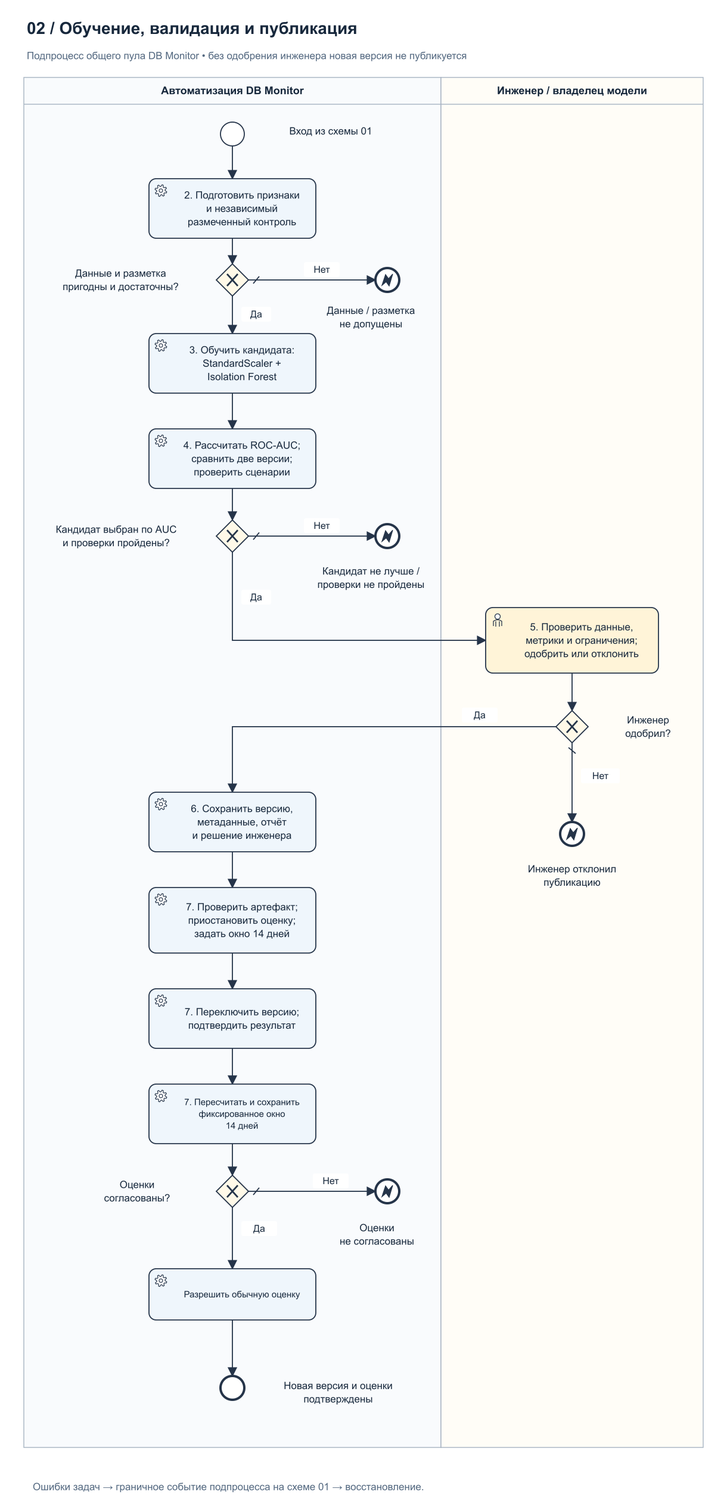
Before: docs/assets/model_retrain/02_Publish.png, a diagram exported from BPMN (ksdergach/db-monitoring-production-standards). Its source is kept beside it as docs/assets/model_retrain/02_Publish.bpmn. Ids are renumbered.
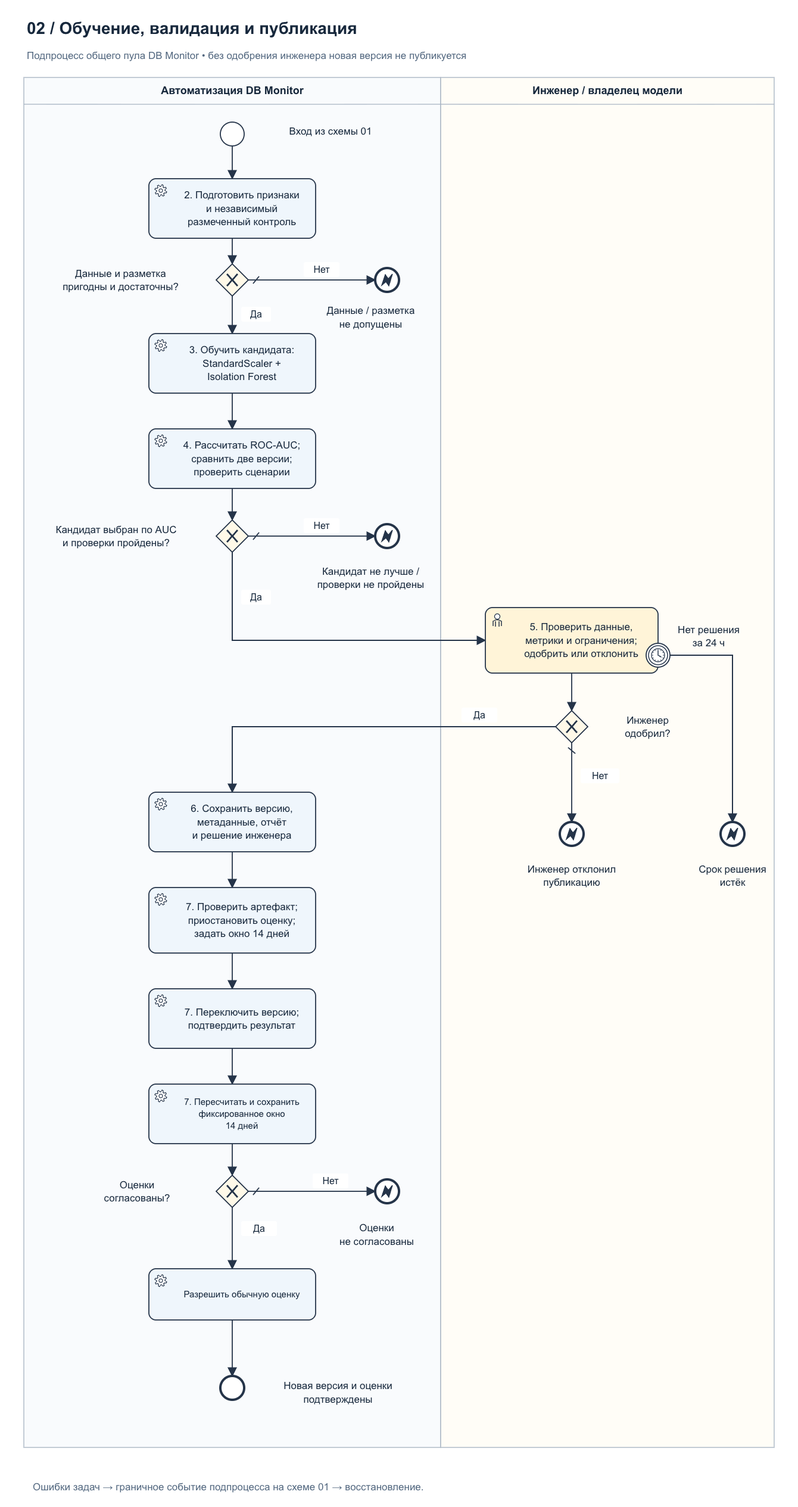
After the commit.

Commit message:
docs: срок решения инженера, идентификатор кандидата и уточнения правил допуска

Change to the diagram source:
```diff
@@ -79,6 +79,8 @@
           <bpmn:flowNodeRef>P_Review</bpmn:flowNodeRef>
           <bpmn:flowNodeRef>P_Approved</bpmn:flowNodeRef>
           <bpmn:flowNodeRef>P_RejectHuman</bpmn:flowNodeRef>
+          <bpmn:flowNodeRef>P_Review_Timeout</bpmn:flowNodeRef>
+          <bpmn:flowNodeRef>P_RejectTimeout</bpmn:flowNodeRef>
         </bpmn:lane>
       </bpmn:laneSet>
       <bpmn:startEvent id="P_Start" name="Вход из схемы 01">
@@ -95,7 +97,7 @@
         <bpmn:outgoing>Publish_F04</bpmn:outgoing>
       </bpmn:exclusiveGateway>
       <bpmn:serviceTask id="P_Train" name="3. Обучить кандидата:&#10;StandardScaler +&#10;Isolation Forest" implementation="##unspecified">
-        <bpmn:documentation>Обучить новую пару модель + scaler отдельно от рабочего файла. Предыдущую версию сохранить.</bpmn:documentation>
+        <bpmn:documentation>Обучить новую пару модель + scaler отдельно от рабочего файла. Предыдущую версию сохранить. Присвоить кандидату идентификатор (например, SHA-256 артефакта); отчёт и решение инженера ссылаются на него.</bpmn:documentation>
         <bpmn:incoming>Publish_F03</bpmn:incoming>
         <bpmn:outgoing>Publish_F05</bpmn:outgoing>
       </bpmn:serviceTask>
@@ -120,17 +122,24 @@
         <bpmn:outgoing>Publish_F08</bpmn:outgoing>
       </bpmn:exclusiveGateway>
       <bpmn:userTask id="P_Review" name="5. Проверить данные,&#10;метрики и ограничения;&#10;одобрить или отклонить">
-        <bpmn:documentation>Обязательная валидация человеком после автоматического допуска. Инженер изучает независимость и разметку контроля, сравнение ROC-AUC, сценарии, ложные тревоги, величину прироста и ограничения. Для первого запуска проверяет выполнение заранее утверждённых абсолютных критериев. Сохраняет решение и обоснование. Отсутствие AUC нельзя одобрить в обход обязательной проверки. До решения процесс ожидает; ожидание не является согласием. Рабочая оценка при этом не приостанавливается.</bpmn:documentation>
+        <bpmn:documentation>Обязательная валидация человеком после автоматического допуска. Инженер изучает независимость и разметку контроля, сравнение ROC-AUC, сценарии, ложные тревоги, величину прироста и ограничения. Для первого запуска проверяет выполнение заранее утверждённых абсолютных критериев. Сохраняет решение и обоснование. Отсутствие AUC нельзя одобрить в обход обязательной проверки. Решение относится к конкретному кандидату по его идентификатору. До решения процесс ожидает не дольше 24 ч; ожидание не является согласием. По истечении срока задача прерывается граничным таймером, кандидат не публикуется. Рабочая оценка при этом не приостанавливается.</bpmn:documentation>
         <bpmn:incoming>Publish_F07</bpmn:incoming>
         <bpmn:outgoing>Publish_F09</bpmn:outgoing>
       </bpmn:userTask>
+      <bpmn:boundaryEvent id="P_Review_Timeout" name="Нет решения&#10;за 24 ч" attachedToRef="P_Review" cancelActivity="true">
+        <bpmn:documentation>Срок решения инженера — 24 ч с момента создания задачи. По истечении срока задача прерывается: отсутствие ответа не считается одобрением, кандидат не публикуется.</bpmn:documentation>
+        <bpmn:outgoing>Publish_F19</bpmn:outgoing>
+        <bpmn:timerEventDefinition id="P_Review_Timeout_Definition">
+          <bpmn:timeDuration xsi:type="bpmn:tFormalExpression">PT24H</bpmn:timeDuration>
+        </bpmn:timerEventDefinition>
+      </bpmn:boundaryEvent>
       <bpmn:exclusiveGateway id="P_Approved" name="Инженер&#10;одобрил?" gatewayDirection="Diverging" default="Publish_F11">
         <bpmn:incoming>Publish_F09</bpmn:incoming>
         <bpmn:outgoing>Publish_F10</bpmn:outgoing>
         <bpmn:outgoing>Publish_F11</bpmn:outgoing>
       </bpmn:exclusiveGateway>
       <bpmn:serviceTask id="P_Register" name="6. Сохранить версию,&#10;метаданные, отчёт&#10;и решение инженера" implementation="##unspecified">
-        <bpmn:documentation>Отдельный артефакт модели и scaler; проект/таблица; версии кода и библиотек; границы выборок; параметры; результаты контроля; автор и время валидации. Хранить прежние версии.</bpmn:documentation>
+        <bpmn:documentation>Отдельный артефакт модели и scaler; проект/таблица; версии кода и библиотек; границы выборок; параметры; результаты контроля; автор и время валидации. Хранить прежние версии. Регистрировать только артефакт, идентификатор которого указан в решении инженера; несовпадение передаётся как BPMN Error.</bpmn:documentation>
         <bpmn:incoming>Publish_F10</bpmn:incoming>
         <bpmn:outgoing>Publish_F12</bpmn:outgoing>
       </bpmn:serviceTask>
@@ -175,6 +184,11 @@
         <bpmn:documentation>BPMN Error RetrainRejected. Прерывает подпроцесс Publish; перехватывается событием Publish_Error на схеме 01. Ошибки сервисных задач также передаются в BPMN Error и перехватываются там.</bpmn:documentation>
         <bpmn:incoming>Publish_F11</bpmn:incoming>
         <bpmn:errorEventDefinition id="P_RejectHuman_Definition" errorRef="Error_Rejected"/>
+      </bpmn:endEvent>
+      <bpmn:endEvent id="P_RejectTimeout" name="Срок решения&#10;истёк">
+        <bpmn:documentation>BPMN Error RetrainRejected. Инженер не принял решение за 24 ч; кандидат не одобрен. Прерывает подпроцесс Publish; перехватывается событием Publish_Error на схеме 01.</bpmn:documentation>
+        <bpmn:incoming>Publish_F19</bpmn:incoming>
+        <bpmn:errorEventDefinition id="P_RejectTimeout_Definition" errorRef="Error_Rejected"/>
       </bpmn:endEvent>
       <bpmn:endEvent id="P_RejectScores" name="Оценки&#10;не согласованы">
         <bpmn:documentation>BPMN Error RetrainRejected. Прерывает подпроцесс Publish; перехватывается событием Publish_Error на схеме 01. Ошибки сервисных задач также передаются в BPMN Error и перехватываются там.</bpmn:documentation>
@@ -207,6 +221,7 @@
       </bpmn:sequenceFlow>
       <bpmn:sequenceFlow id="Publish_F17" sourceRef="P_Coherent" targetRef="P_RejectScores" name="Нет"/>
       <bpmn:sequenceFlow id="Publish_F18" sourceRef="P_Resume" targetRef="P_End"/>
+      <bpmn:sequenceFlow id="Publish_F19" sourceRef="P_Review_Timeout" targetRef="P_RejectTimeout"/>
     </bpmn:subProcess>
     <bpmn:boundaryEvent id="Publish_Error" name="Ошибка / отказ" attachedToRef="Publish" cancelActivity="true">
       <bpmn:outgoing>Process_Retrain_F12</bpmn:outgoing>
@@ -340,7 +355,7 @@
       <bpmn:incoming>Process_Retrain_F11</bpmn:incoming>
     </bpmn:endEvent>
     <bpmn:serviceTask id="Notify" name="Зафиксировать исход R1–R4;&#10;попробовать уведомить&#10;инженера в Telegram" implementation="##unspecified">
-      <bpmn:documentation>Сначала сохранить результат обработки. Уведомление при настроенном Telegram: ограниченное ожидание, ошибки доставки возвращаются статусом и записываются; отсутствие настройки также фиксируется. Уведомление не меняет исход восстановления и не снимает блокировку.</bpmn:documentation>
+      <bpmn:documentation>Сначала сохранить результат обработки. Уведомление при настроенном Telegram: ограниченное ожидание, ошибки доставки возвращаются статусом и записываются; отсутствие настройки также фиксируется. Уведомление не меняет исход восстановления и не снимает блокировку. Учитывать число неуспешных попыток подряд для пары; начиная с третьей, уведомление требует от инженера разобрать причину.</bpmn:documentation>
       <bpmn:incoming>Process_Retrain_F14</bpmn:incoming>
       <bpmn:outgoing>Process_Retrain_F15</bpmn:outgoing>
     </bpmn:serviceTask>
@@ -374,7 +389,7 @@
         <dc:Bounds x="40" y="130" width="700" height="2300"/>
       </bpmndi:BPMNShape>
       <bpmndi:BPMNShape id="Lane_Human_DI" bpmnElement="Lane_Human" isHorizontal="false">
-        <dc:Bounds x="740" y="130" width="440" height="2300"/>
+        <dc:Bounds x="740" y="130" width="560" height="2300"/>
       </bpmndi:BPMNShape>
       <bpmndi:BPMNShape id="P_Start_DI" bpmnElement="P_Start">
         <dc:Bounds x="370" y="205" width="40" height="40"/>
@@ -455,6 +470,18 @@
         <dc:Bounds x="940" y="1380" width="40" height="40"/>
         <bpmndi:BPMNLabel>
           <dc:Bounds x="805" y="1440" width="310" height="60"/>
+        </bpmndi:BPMNLabel>
+      </bpmndi:BPMNShape>
+      <bpmndi:BPMNShape id="P_Review_Timeout_DI" bpmnElement="P_Review_Timeout">
+        <dc:Bounds x="1085" y="1080" width="40" height="40"/>
+        <bpmndi:BPMNLabel>
+          <dc:Bounds x="1135" y="1045" width="110" height="50"/>
+        </bpmndi:BPMNLabel>
+      </bpmndi:BPMNShape>
+      <bpmndi:BPMNShape id="P_RejectTimeout_DI" bpmnElement="P_RejectTimeout">
+        <dc:Bounds x="1210" y="1380" width="40" height="40"/>
+        <bpmndi:BPMNLabel>
+          <dc:Bounds x="1170" y="1440" width="120" height="60"/>
         </bpmndi:BPMNLabel>
       </bpmndi:BPMNShape>
       <bpmndi:BPMNShape id="P_RejectScores_DI" bpmnElement="P_RejectScores">
@@ -560,6 +587,11 @@
       <bpmndi:BPMNEdge id="Publish_F18_DI" bpmnElement="Publish_F18">
         <di:waypoint x="390.0" y="2216"/>
         <di:waypoint x="390.0" y="2310"/>
+      </bpmndi:BPMNEdge>
+      <bpmndi:BPMNEdge id="Publish_F19_DI" bpmnElement="Publish_F19">
+        <di:waypoint x="1125" y="1100"/>
+        <di:waypoint x="1230" y="1100"/>
+        <di:waypoint x="1230" y="1380"/>
       </bpmndi:BPMNEdge>
     </bpmndi:BPMNPlane>
   </bpmndi:BPMNDiagram>
```
